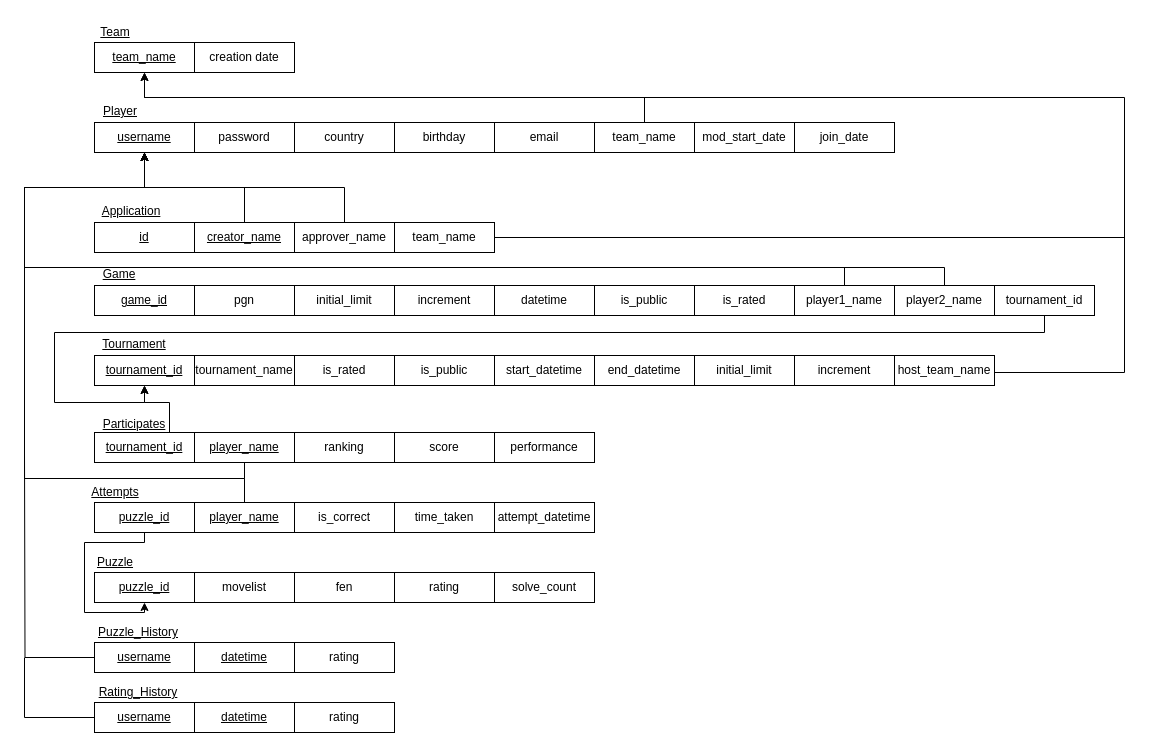
This is page "Relational Model" (2 of 2) of Reports/Diagrams.drawio from Hal0g3n/CS6131, a draw.io file, before an edit. Source tidied: cells renumbered, new cells numbered last; positions are measured from the earlier drawing's top-left corner, leaving out a move shared by most shapes. Both pictures are drawn from the tidied source at 100%, with x=0, y=0 at pixel (24, 17).
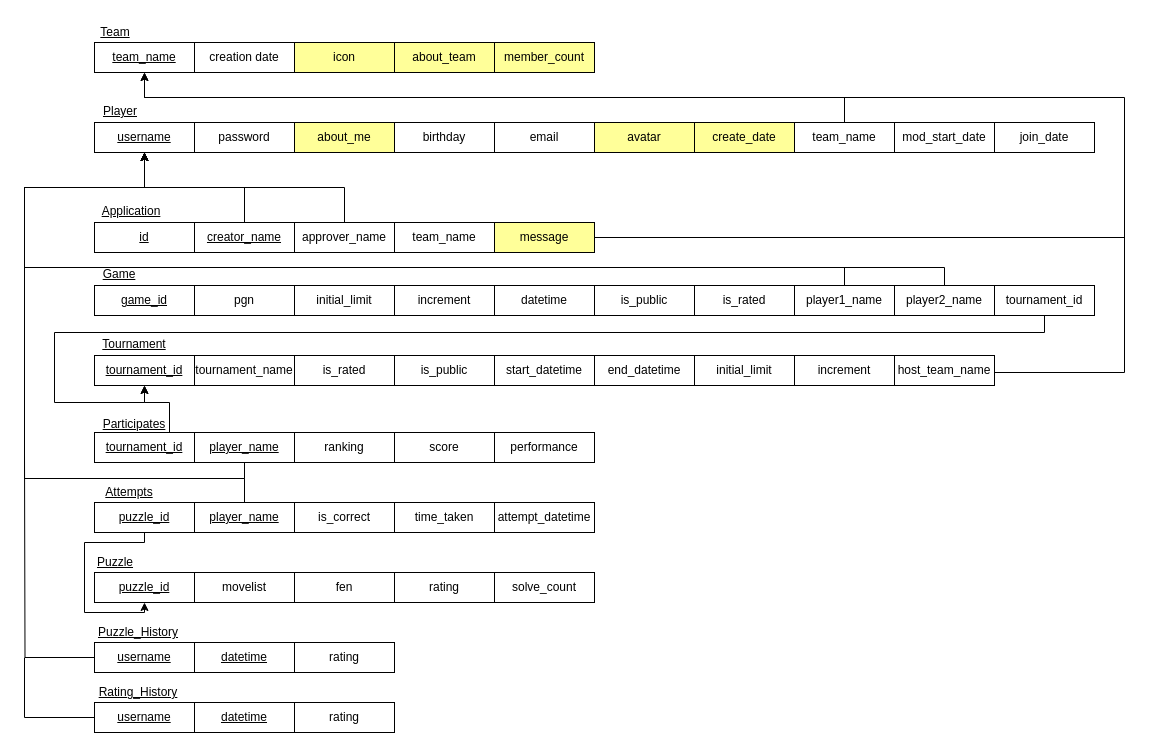
The same page after the edit.

The change refers to these unchanged cells:
```xml
<mxCell id="75" value="team_name" style="rounded=0;whiteSpace=wrap;html=1;" parent="1" vertex="1">
  <mxGeometry x="370" y="205" width="100" height="30" as="geometry" />
</mxCell>
```

Change to the diagram source:
```diff
@@
-    <mxCell id="3" value="country" style="rounded=0;whiteSpace=wrap;html=1;" parent="1" vertex="1">
+    <mxCell id="3" value="about_me" style="rounded=0;whiteSpace=wrap;html=1;fillColor=#FFFF99;" parent="1" vertex="1">
       <mxGeometry x="270" y="105" width="100" height="30" as="geometry" />
     </mxCell>
@@
     <mxCell id="8" value="team_name" style="rounded=0;whiteSpace=wrap;html=1;" parent="1" vertex="1">
-      <mxGeometry x="570" y="105" width="100" height="30" as="geometry" />
+      <mxGeometry x="770" y="105" width="100" height="30" as="geometry" />
     </mxCell>
@@
     <mxCell id="16" value="mod_start_date" style="rounded=0;whiteSpace=wrap;html=1;" parent="1" vertex="1">
-      <mxGeometry x="670" y="105" width="100" height="30" as="geometry" />
+      <mxGeometry x="870" y="105" width="100" height="30" as="geometry" />
     </mxCell>
@@
     <mxCell id="20" value="join_date" style="rounded=0;whiteSpace=wrap;html=1;" parent="1" vertex="1">
-      <mxGeometry x="770" y="105" width="100" height="30" as="geometry" />
+      <mxGeometry x="970" y="105" width="100" height="30" as="geometry" />
     </mxCell>
@@
     <mxCell id="60" value="&lt;u&gt;Attempts&lt;/u&gt;" style="text;html=1;strokeColor=none;fillColor=none;align=center;verticalAlign=middle;whiteSpace=wrap;rounded=0;" parent="1" vertex="1">
-      <mxGeometry x="61" y="460" width="60" height="30" as="geometry" />
+      <mxGeometry x="75" y="460" width="60" height="30" as="geometry" />
     </mxCell>
@@
-    <mxCell id="74" style="edgeStyle=none;rounded=0;html=1;exitX=1;exitY=0.5;exitDx=0;exitDy=0;endArrow=none;endFill=0;" parent="1" edge="1" source="75">
+    <mxCell id="74" style="edgeStyle=none;rounded=0;html=1;exitX=1;exitY=0.5;exitDx=0;exitDy=0;endArrow=none;endFill=0;startArrow=none;" parent="1" edge="1" source="81">
       <mxGeometry relative="1" as="geometry">
         <mxPoint x="1100" y="220" as="targetPoint" />
       </mxGeometry>
     </mxCell>
@@
+    <mxCell id="80" style="edgeStyle=none;rounded=0;html=1;exitX=1;exitY=0.5;exitDx=0;exitDy=0;endArrow=none;endFill=0;" parent="1" edge="1" source="75" target="81">
+      <mxGeometry relative="1" as="geometry" />
+    </mxCell>
+    <mxCell id="81" value="message" style="rounded=0;whiteSpace=wrap;html=1;fillColor=#FFFF99;" parent="1" vertex="1">
+      <mxGeometry x="470" y="205" width="100" height="30" as="geometry" />
+    </mxCell>
+    <mxCell id="82" value="create_date" style="rounded=0;whiteSpace=wrap;html=1;fillColor=#FFFF99;" parent="1" vertex="1">
+      <mxGeometry x="670" y="105" width="100" height="30" as="geometry" />
+    </mxCell>
+    <mxCell id="83" value="avatar" style="rounded=0;whiteSpace=wrap;html=1;fillColor=#FFFF99;" parent="1" vertex="1">
+      <mxGeometry x="570" y="105" width="100" height="30" as="geometry" />
+    </mxCell>
+    <mxCell id="84" value="icon" style="rounded=0;whiteSpace=wrap;html=1;fillColor=#FFFF99;" parent="1" vertex="1">
+      <mxGeometry x="270" y="25" width="100" height="30" as="geometry" />
+    </mxCell>
+    <mxCell id="85" value="about_team" style="rounded=0;whiteSpace=wrap;html=1;fillColor=#FFFF99;" parent="1" vertex="1">
+      <mxGeometry x="370" y="25" width="100" height="30" as="geometry" />
+    </mxCell>
+    <mxCell id="86" value="member_count" style="rounded=0;whiteSpace=wrap;html=1;fillColor=#FFFF99;" parent="1" vertex="1">
+      <mxGeometry x="470" y="25" width="100" height="30" as="geometry" />
+    </mxCell>
```
